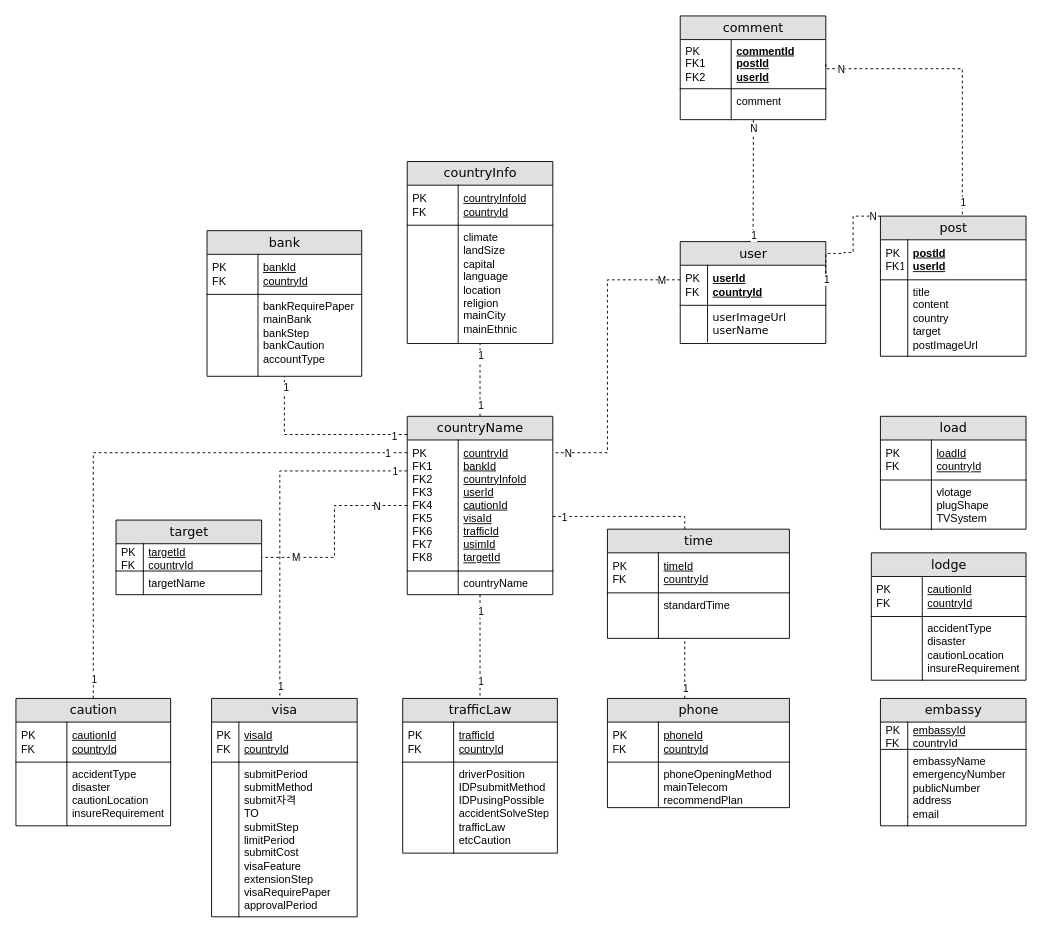
Above: ERD.drawio in qwe1234k/finalProjectERD (draw.io), before the change. Source tidied: cells renumbered, new cells numbered last; positions are measured from the earlier drawing's top-left corner, leaving out a move shared by most shapes. Both pictures are drawn from the tidied source at 91%, with x=0, y=0 at pixel (15, 15).
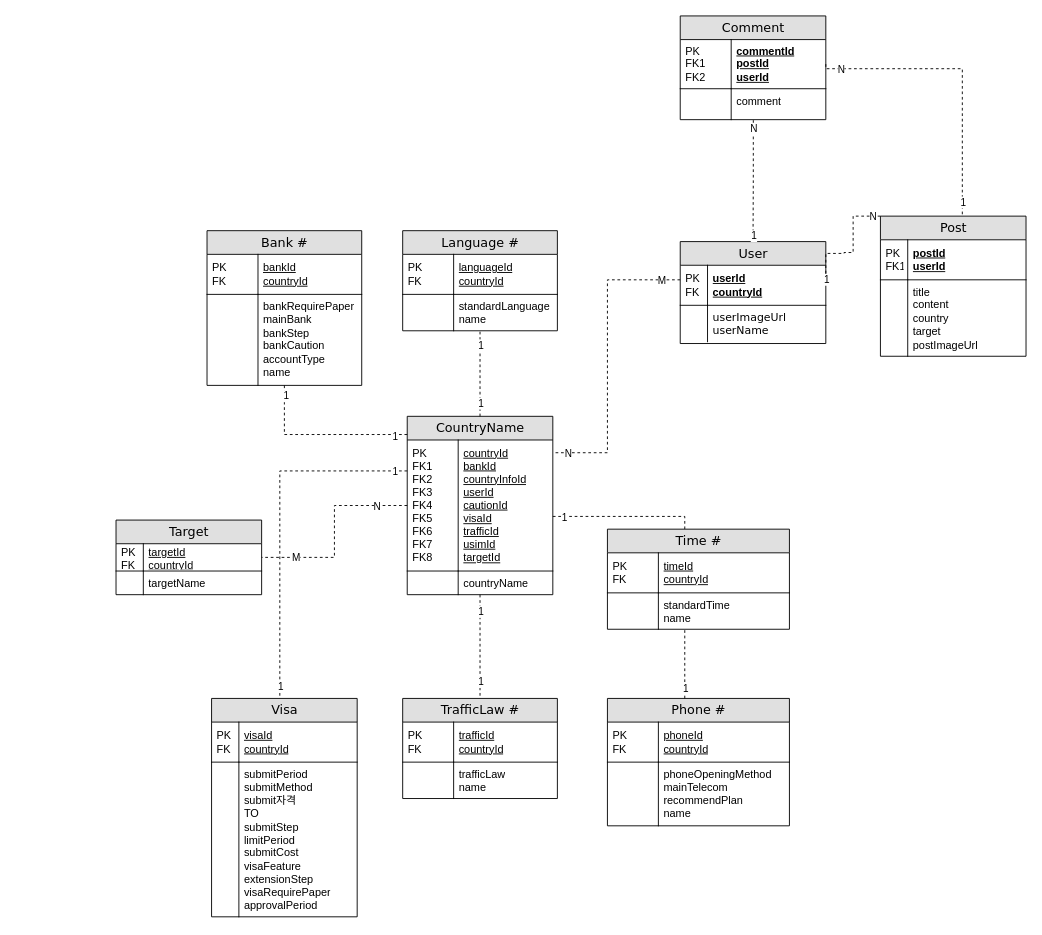
Above is the later version.

The edit, as a diff of the source:
```diff
@@
-    <mxCell id="2" value="target" style="swimlane;html=1;fontStyle=0;horizontal=1;startSize=26;fillColor=#e0e0e0;swimlaneFillColor=#ffffff;align=center;rounded=0;shadow=0;comic=0;labelBackgroundColor=none;strokeWidth=1;fontFamily=Verdana;fontSize=14;swimlaneLine=1;" parent="1" vertex="1">
+    <mxCell id="2" value="Target" style="swimlane;html=1;fontStyle=0;horizontal=1;startSize=26;fillColor=#e0e0e0;swimlaneFillColor=#ffffff;align=center;rounded=0;shadow=0;comic=0;labelBackgroundColor=none;strokeWidth=1;fontFamily=Verdana;fontSize=14;swimlaneLine=1;" parent="1" vertex="1">
       <mxGeometry x="110" y="554" width="160" height="82" as="geometry" />
     </mxCell>
@@
-    <mxCell id="7" value="post" style="swimlane;html=1;fontStyle=0;horizontal=1;startSize=26;fillColor=#e0e0e0;swimlaneFillColor=#ffffff;align=center;rounded=0;shadow=0;comic=0;labelBackgroundColor=none;strokeWidth=1;fontFamily=Verdana;fontSize=14;" parent="1" vertex="1">
+    <mxCell id="7" value="Post" style="swimlane;html=1;fontStyle=0;horizontal=1;startSize=26;fillColor=#e0e0e0;swimlaneFillColor=#ffffff;align=center;rounded=0;shadow=0;comic=0;labelBackgroundColor=none;strokeWidth=1;fontFamily=Verdana;fontSize=14;" parent="1" vertex="1">
       <mxGeometry x="950" y="220" width="160" height="154" as="geometry" />
     </mxCell>
@@
-    <mxCell id="12" value="embassy" style="swimlane;html=1;fontStyle=0;horizontal=1;startSize=26;fillColor=#e0e0e0;swimlaneFillColor=#ffffff;align=center;rounded=0;shadow=0;comic=0;labelBackgroundColor=none;strokeWidth=1;fontFamily=Verdana;fontSize=14;" parent="1" vertex="1">
-      <mxGeometry x="950" y="750" width="160" height="140" as="geometry" />
-    </mxCell>
-    <mxCell id="13" value="&lt;span style=&quot;font-weight: normal&quot;&gt;embassyId&lt;br&gt;countryId&lt;br&gt;&lt;/span&gt;" style="shape=partialRectangle;top=0;left=0;right=0;bottom=1;html=1;align=left;verticalAlign=middle;fillColor=none;spacingLeft=34;spacingRight=4;whiteSpace=wrap;overflow=hidden;fontStyle=5;" parent="12" vertex="1">
-      <mxGeometry y="26" width="160" height="30" as="geometry" />
-    </mxCell>
-    <mxCell id="14" value="PK&lt;br&gt;FK" style="shape=partialRectangle;top=0;left=0;bottom=0;html=1;fillColor=none;align=left;verticalAlign=middle;spacingLeft=4;spacingRight=4;whiteSpace=wrap;overflow=hidden;" parent="13" vertex="1">
-      <mxGeometry width="30" height="30" as="geometry" />
-    </mxCell>
-    <mxCell id="15" value="embassyName&lt;br&gt;emergencyNumber&lt;br&gt;publicNumber&lt;br&gt;address&lt;br&gt;email" style="shape=partialRectangle;top=0;left=0;right=0;bottom=0;html=1;align=left;verticalAlign=top;fillColor=none;spacingLeft=34;spacingRight=4;whiteSpace=wrap;overflow=hidden;" parent="12" vertex="1">
-      <mxGeometry y="56" width="160" height="74" as="geometry" />
-    </mxCell>
-    <mxCell id="16" style="shape=partialRectangle;top=0;left=0;bottom=0;html=1;fillColor=none;align=left;verticalAlign=top;spacingLeft=4;spacingRight=4;whiteSpace=wrap;overflow=hidden;" parent="15" vertex="1">
-      <mxGeometry width="30" height="74" as="geometry" />
-    </mxCell>
-    <mxCell id="17" style="shape=partialRectangle;top=0;left=0;right=0;bottom=0;html=1;align=left;verticalAlign=top;fillColor=none;spacingLeft=34;spacingRight=4;whiteSpace=wrap;overflow=hidden;" parent="12" vertex="1">
-      <mxGeometry y="130" width="160" height="10" as="geometry" />
-    </mxCell>
-    <mxCell id="18" style="shape=partialRectangle;top=0;left=0;bottom=0;html=1;fillColor=none;align=left;verticalAlign=top;spacingLeft=4;spacingRight=4;whiteSpace=wrap;overflow=hidden;" parent="17" vertex="1">
-      <mxGeometry width="30" height="10" as="geometry" />
-    </mxCell>
-    <mxCell id="19" value="countryInfo" style="swimlane;html=1;fontStyle=0;horizontal=1;startSize=26;fillColor=#e0e0e0;swimlaneFillColor=#ffffff;align=center;rounded=0;shadow=0;comic=0;labelBackgroundColor=none;strokeWidth=1;fontFamily=Verdana;fontSize=14;" parent="1" vertex="1">
-      <mxGeometry x="430" y="160" width="160" height="200" as="geometry" />
+    <mxCell id="19" value="Language #" style="swimlane;html=1;fontStyle=0;horizontal=1;startSize=26;fillColor=#e0e0e0;swimlaneFillColor=#ffffff;align=center;rounded=0;shadow=0;comic=0;labelBackgroundColor=none;strokeWidth=1;fontFamily=Verdana;fontSize=14;" parent="1" vertex="1">
+      <mxGeometry x="425" y="236" width="170" height="110" as="geometry" />
     </mxCell>
-    <mxCell id="20" value="countryInfoId&lt;br&gt;countryId" style="shape=partialRectangle;top=0;left=0;right=0;bottom=1;html=1;align=left;verticalAlign=middle;fillColor=none;spacingLeft=60;spacingRight=4;whiteSpace=wrap;overflow=hidden;fontStyle=4;" parent="19" vertex="1">
-      <mxGeometry y="26" width="160" height="44" as="geometry" />
+    <mxCell id="20" value="languageId&lt;br&gt;countryId" style="shape=partialRectangle;top=0;left=0;right=0;bottom=1;html=1;align=left;verticalAlign=middle;fillColor=none;spacingLeft=60;spacingRight=4;whiteSpace=wrap;overflow=hidden;fontStyle=4;" parent="19" vertex="1">
+      <mxGeometry y="26" width="170" height="44" as="geometry" />
     </mxCell>
@@
-    <mxCell id="22" value="climate&lt;br&gt;landSize&lt;br&gt;capital&lt;br&gt;language&lt;br&gt;location&lt;br&gt;religion&lt;br&gt;mainCity&lt;br&gt;mainEthnic" style="shape=partialRectangle;top=0;left=0;right=0;bottom=0;html=1;align=left;verticalAlign=top;fillColor=none;spacingLeft=60;spacingRight=4;whiteSpace=wrap;overflow=hidden;" parent="19" vertex="1">
-      <mxGeometry y="70" width="160" height="130" as="geometry" />
+    <mxCell id="22" value="standardLanguage&lt;br&gt;name" style="shape=partialRectangle;top=0;left=0;right=0;bottom=0;html=1;align=left;verticalAlign=top;fillColor=none;spacingLeft=60;spacingRight=4;whiteSpace=wrap;overflow=hidden;" parent="19" vertex="1">
+      <mxGeometry y="70" width="170" height="40" as="geometry" />
     </mxCell>
     <mxCell id="23" style="shape=partialRectangle;top=0;left=0;bottom=0;html=1;fillColor=none;align=left;verticalAlign=top;spacingLeft=4;spacingRight=4;whiteSpace=wrap;overflow=hidden;" parent="22" vertex="1">
-      <mxGeometry width="56" height="130" as="geometry" />
+      <mxGeometry width="56" height="40" as="geometry" />
     </mxCell>
-    <mxCell id="24" value="comment" style="swimlane;html=1;fontStyle=0;horizontal=1;startSize=26;fillColor=#e0e0e0;swimlaneFillColor=#ffffff;align=center;rounded=0;shadow=0;comic=0;labelBackgroundColor=none;strokeWidth=1;fontFamily=Verdana;fontSize=14;" parent="1" vertex="1">
+    <mxCell id="24" value="Comment" style="swimlane;html=1;fontStyle=0;horizontal=1;startSize=26;fillColor=#e0e0e0;swimlaneFillColor=#ffffff;align=center;rounded=0;shadow=0;comic=0;labelBackgroundColor=none;strokeWidth=1;fontFamily=Verdana;fontSize=14;" parent="1" vertex="1">
       <mxGeometry x="730" width="160" height="114" as="geometry" />
     </mxCell>
@@
-    <mxCell id="29" value="load" style="swimlane;html=1;fontStyle=0;horizontal=1;startSize=26;fillColor=#e0e0e0;swimlaneFillColor=#ffffff;align=center;rounded=0;shadow=0;comic=0;labelBackgroundColor=none;strokeWidth=1;fontFamily=Verdana;fontSize=14;" parent="1" vertex="1">
-      <mxGeometry x="950" y="440" width="160" height="124" as="geometry" />
-    </mxCell>
-    <mxCell id="30" value="&lt;span style=&quot;font-weight: 400&quot;&gt;loadId&lt;br&gt;countryId&lt;br&gt;&lt;/span&gt;" style="shape=partialRectangle;top=0;left=0;right=0;bottom=1;html=1;align=left;verticalAlign=middle;fillColor=none;spacingLeft=60;spacingRight=4;whiteSpace=wrap;overflow=hidden;fontStyle=5;" parent="29" vertex="1">
-      <mxGeometry y="26" width="160" height="44" as="geometry" />
-    </mxCell>
-    <mxCell id="31" value="&lt;span style=&quot;font-weight: normal&quot;&gt;PK&lt;br&gt;FK&lt;br&gt;&lt;/span&gt;" style="shape=partialRectangle;fontStyle=1;top=0;left=0;bottom=0;html=1;fillColor=none;align=left;verticalAlign=middle;spacingLeft=4;spacingRight=4;whiteSpace=wrap;overflow=hidden;" parent="30" vertex="1">
-      <mxGeometry width="56" height="44" as="geometry" />
-    </mxCell>
-    <mxCell id="32" value="vlotage&lt;br&gt;plugShape&lt;br&gt;TVSystem" style="shape=partialRectangle;top=0;left=0;right=0;bottom=0;html=1;align=left;verticalAlign=top;fillColor=none;spacingLeft=60;spacingRight=4;whiteSpace=wrap;overflow=hidden;" parent="29" vertex="1">
-      <mxGeometry y="70" width="160" height="54" as="geometry" />
-    </mxCell>
-    <mxCell id="33" style="shape=partialRectangle;top=0;left=0;bottom=0;html=1;fillColor=none;align=left;verticalAlign=top;spacingLeft=4;spacingRight=4;whiteSpace=wrap;overflow=hidden;" parent="32" vertex="1">
-      <mxGeometry width="56" height="54" as="geometry" />
-    </mxCell>
-    <mxCell id="34" value="user" style="swimlane;html=1;fontStyle=0;horizontal=1;startSize=26;fillColor=#e0e0e0;swimlaneFillColor=#ffffff;align=center;rounded=0;shadow=0;comic=0;labelBackgroundColor=none;strokeWidth=1;fontFamily=Verdana;fontSize=14;" parent="1" vertex="1">
+    <mxCell id="34" value="User" style="swimlane;html=1;fontStyle=0;horizontal=1;startSize=26;fillColor=#e0e0e0;swimlaneFillColor=#ffffff;align=center;rounded=0;shadow=0;comic=0;labelBackgroundColor=none;strokeWidth=1;fontFamily=Verdana;fontSize=14;" parent="1" vertex="1">
       <mxGeometry x="730" y="248" width="160" height="112" as="geometry" />
     </mxCell>
@@
-    <mxCell id="39" value="visa" style="swimlane;html=1;fontStyle=0;horizontal=1;startSize=26;fillColor=#e0e0e0;swimlaneFillColor=#ffffff;align=center;rounded=0;shadow=0;comic=0;labelBackgroundColor=none;strokeWidth=1;fontFamily=Verdana;fontSize=14;swimlaneLine=1;" parent="1" vertex="1">
+    <mxCell id="39" value="Visa" style="swimlane;html=1;fontStyle=0;horizontal=1;startSize=26;fillColor=#e0e0e0;swimlaneFillColor=#ffffff;align=center;rounded=0;shadow=0;comic=0;labelBackgroundColor=none;strokeWidth=1;fontFamily=Verdana;fontSize=14;swimlaneLine=1;" parent="1" vertex="1">
       <mxGeometry x="215" y="750" width="160" height="240" as="geometry" />
     </mxCell>
@@
-    <mxCell id="44" value="bank" style="swimlane;html=1;fontStyle=0;horizontal=1;startSize=26;fillColor=#e0e0e0;swimlaneFillColor=#ffffff;align=center;rounded=0;shadow=0;comic=0;labelBackgroundColor=none;strokeWidth=1;fontFamily=Verdana;fontSize=14;" parent="1" vertex="1">
-      <mxGeometry x="210" y="236" width="170" height="160" as="geometry" />
+    <mxCell id="44" value="Bank #" style="swimlane;html=1;fontStyle=0;horizontal=1;startSize=26;fillColor=#e0e0e0;swimlaneFillColor=#ffffff;align=center;rounded=0;shadow=0;comic=0;labelBackgroundColor=none;strokeWidth=1;fontFamily=Verdana;fontSize=14;" parent="1" vertex="1">
+      <mxGeometry x="210" y="236" width="170" height="170" as="geometry" />
     </mxCell>
@@
-    <mxCell id="47" value="bankRequirePaper&lt;br&gt;mainBank&lt;br&gt;bankStep&lt;br&gt;bankCaution&lt;br&gt;accountType" style="shape=partialRectangle;top=0;left=0;right=0;bottom=0;html=1;align=left;verticalAlign=top;fillColor=none;spacingLeft=60;spacingRight=4;whiteSpace=wrap;overflow=hidden;" parent="44" vertex="1">
-      <mxGeometry y="70" width="170" height="90" as="geometry" />
+    <mxCell id="47" value="bankRequirePaper&lt;br&gt;mainBank&lt;br&gt;bankStep&lt;br&gt;bankCaution&lt;br&gt;accountType&lt;br&gt;name" style="shape=partialRectangle;top=0;left=0;right=0;bottom=0;html=1;align=left;verticalAlign=top;fillColor=none;spacingLeft=60;spacingRight=4;whiteSpace=wrap;overflow=hidden;" parent="44" vertex="1">
+      <mxGeometry y="70" width="170" height="100" as="geometry" />
     </mxCell>
     <mxCell id="48" style="shape=partialRectangle;top=0;left=0;bottom=0;html=1;fillColor=none;align=left;verticalAlign=top;spacingLeft=4;spacingRight=4;whiteSpace=wrap;overflow=hidden;" parent="47" vertex="1">
-      <mxGeometry width="56" height="90" as="geometry" />
+      <mxGeometry width="56" height="100" as="geometry" />
     </mxCell>
-    <mxCell id="49" value="trafficLaw" style="swimlane;html=1;fontStyle=0;horizontal=1;startSize=26;fillColor=#e0e0e0;swimlaneFillColor=#ffffff;align=center;rounded=0;shadow=0;comic=0;labelBackgroundColor=none;strokeWidth=1;fontFamily=Verdana;fontSize=14;" parent="1" vertex="1">
-      <mxGeometry x="425" y="750" width="170" height="170" as="geometry" />
+    <mxCell id="49" value="TrafficLaw #" style="swimlane;html=1;fontStyle=0;horizontal=1;startSize=26;fillColor=#e0e0e0;swimlaneFillColor=#ffffff;align=center;rounded=0;shadow=0;comic=0;labelBackgroundColor=none;strokeWidth=1;fontFamily=Verdana;fontSize=14;" parent="1" vertex="1">
+      <mxGeometry x="425" y="750" width="170" height="110" as="geometry" />
     </mxCell>
@@
-    <mxCell id="52" value="driverPosition&lt;br&gt;IDPsubmitMethod&lt;br&gt;IDPusingPossible&lt;br&gt;accidentSolveStep&lt;br&gt;trafficLaw&lt;br&gt;etcCaution" style="shape=partialRectangle;top=0;left=0;right=0;bottom=0;html=1;align=left;verticalAlign=top;fillColor=none;spacingLeft=60;spacingRight=4;whiteSpace=wrap;overflow=hidden;" parent="49" vertex="1">
-      <mxGeometry y="70" width="170" height="100" as="geometry" />
+    <mxCell id="52" value="trafficLaw&lt;br&gt;name" style="shape=partialRectangle;top=0;left=0;right=0;bottom=0;html=1;align=left;verticalAlign=top;fillColor=none;spacingLeft=60;spacingRight=4;whiteSpace=wrap;overflow=hidden;" parent="49" vertex="1">
+      <mxGeometry y="70" width="170" height="40" as="geometry" />
     </mxCell>
     <mxCell id="53" style="shape=partialRectangle;top=0;left=0;bottom=0;html=1;fillColor=none;align=left;verticalAlign=top;spacingLeft=4;spacingRight=4;whiteSpace=wrap;overflow=hidden;" parent="52" vertex="1">
-      <mxGeometry width="56" height="100" as="geometry" />
+      <mxGeometry width="56" height="40" as="geometry" />
     </mxCell>
-    <mxCell id="54" value="caution" style="swimlane;html=1;fontStyle=0;horizontal=1;startSize=26;fillColor=#e0e0e0;swimlaneFillColor=#ffffff;align=center;rounded=0;shadow=0;comic=0;labelBackgroundColor=none;strokeWidth=1;fontFamily=Verdana;fontSize=14;" parent="1" vertex="1">
-      <mxGeometry y="750" width="170" height="140" as="geometry" />
-    </mxCell>
-    <mxCell id="55" value="&lt;span style=&quot;font-weight: 400&quot;&gt;cautionId&lt;br&gt;countryId&lt;br&gt;&lt;/span&gt;" style="shape=partialRectangle;top=0;left=0;right=0;bottom=1;html=1;align=left;verticalAlign=middle;fillColor=none;spacingLeft=60;spacingRight=4;whiteSpace=wrap;overflow=hidden;fontStyle=5;" parent="54" vertex="1">
-      <mxGeometry y="26" width="170" height="44" as="geometry" />
-    </mxCell>
-    <mxCell id="56" value="&lt;span style=&quot;font-weight: normal&quot;&gt;PK&lt;br&gt;FK&lt;br&gt;&lt;/span&gt;" style="shape=partialRectangle;fontStyle=1;top=0;left=0;bottom=0;html=1;fillColor=none;align=left;verticalAlign=middle;spacingLeft=4;spacingRight=4;whiteSpace=wrap;overflow=hidden;" parent="55" vertex="1">
-      <mxGeometry width="56" height="44" as="geometry" />
-    </mxCell>
-    <mxCell id="57" value="accidentType&lt;br&gt;disaster&lt;br&gt;cautionLocation&lt;br&gt;insureRequirement&lt;br&gt;" style="shape=partialRectangle;top=0;left=0;right=0;bottom=0;html=1;align=left;verticalAlign=top;fillColor=none;spacingLeft=60;spacingRight=4;whiteSpace=wrap;overflow=hidden;" parent="54" vertex="1">
-      <mxGeometry y="70" width="170" height="70" as="geometry" />
-    </mxCell>
-    <mxCell id="58" style="shape=partialRectangle;top=0;left=0;bottom=0;html=1;fillColor=none;align=left;verticalAlign=top;spacingLeft=4;spacingRight=4;whiteSpace=wrap;overflow=hidden;" parent="57" vertex="1">
-      <mxGeometry width="56" height="70" as="geometry" />
-    </mxCell>
-    <mxCell id="59" value="phone" style="swimlane;html=1;fontStyle=0;horizontal=1;startSize=26;fillColor=#e0e0e0;swimlaneFillColor=#ffffff;align=center;rounded=0;shadow=0;comic=0;labelBackgroundColor=none;strokeWidth=1;fontFamily=Verdana;fontSize=14;" parent="1" vertex="1">
-      <mxGeometry x="650" y="750" width="200" height="120" as="geometry" />
+    <mxCell id="59" value="Phone #" style="swimlane;html=1;fontStyle=0;horizontal=1;startSize=26;fillColor=#e0e0e0;swimlaneFillColor=#ffffff;align=center;rounded=0;shadow=0;comic=0;labelBackgroundColor=none;strokeWidth=1;fontFamily=Verdana;fontSize=14;" parent="1" vertex="1">
+      <mxGeometry x="650" y="750" width="200" height="140" as="geometry" />
     </mxCell>
@@
-    <mxCell id="62" value="phoneOpeningMethod&lt;br&gt;mainTelecom&lt;br&gt;recommendPlan" style="shape=partialRectangle;top=0;left=0;right=0;bottom=0;html=1;align=left;verticalAlign=top;fillColor=none;spacingLeft=60;spacingRight=4;whiteSpace=wrap;overflow=hidden;" parent="59" vertex="1">
-      <mxGeometry y="70" width="200" height="50" as="geometry" />
+    <mxCell id="62" value="phoneOpeningMethod&lt;br&gt;mainTelecom&lt;br&gt;recommendPlan&lt;br&gt;name" style="shape=partialRectangle;top=0;left=0;right=0;bottom=0;html=1;align=left;verticalAlign=top;fillColor=none;spacingLeft=60;spacingRight=4;whiteSpace=wrap;overflow=hidden;" parent="59" vertex="1">
+      <mxGeometry y="70" width="200" height="70" as="geometry" />
     </mxCell>
     <mxCell id="63" style="shape=partialRectangle;top=0;left=0;bottom=0;html=1;fillColor=none;align=left;verticalAlign=top;spacingLeft=4;spacingRight=4;whiteSpace=wrap;overflow=hidden;" parent="62" vertex="1">
-      <mxGeometry width="56" height="50" as="geometry" />
+      <mxGeometry width="56" height="70" as="geometry" />
     </mxCell>
-    <mxCell id="64" value="lodge" style="swimlane;html=1;fontStyle=0;horizontal=1;startSize=26;fillColor=#e0e0e0;swimlaneFillColor=#ffffff;align=center;rounded=0;shadow=0;comic=0;labelBackgroundColor=none;strokeWidth=1;fontFamily=Verdana;fontSize=14;" parent="1" vertex="1">
-      <mxGeometry x="940" y="590" width="170" height="140" as="geometry" />
-    </mxCell>
-    <mxCell id="65" value="&lt;span style=&quot;font-weight: 400&quot;&gt;cautionId&lt;br&gt;countryId&lt;br&gt;&lt;/span&gt;" style="shape=partialRectangle;top=0;left=0;right=0;bottom=1;html=1;align=left;verticalAlign=middle;fillColor=none;spacingLeft=60;spacingRight=4;whiteSpace=wrap;overflow=hidden;fontStyle=5;" parent="64" vertex="1">
-      <mxGeometry y="26" width="170" height="44" as="geometry" />
-    </mxCell>
-    <mxCell id="66" value="&lt;span style=&quot;font-weight: normal&quot;&gt;PK&lt;br&gt;FK&lt;br&gt;&lt;/span&gt;" style="shape=partialRectangle;fontStyle=1;top=0;left=0;bottom=0;html=1;fillColor=none;align=left;verticalAlign=middle;spacingLeft=4;spacingRight=4;whiteSpace=wrap;overflow=hidden;" parent="65" vertex="1">
-      <mxGeometry width="56" height="44" as="geometry" />
-    </mxCell>
-    <mxCell id="67" value="accidentType&lt;br&gt;disaster&lt;br&gt;cautionLocation&lt;br&gt;insureRequirement&lt;br&gt;" style="shape=partialRectangle;top=0;left=0;right=0;bottom=0;html=1;align=left;verticalAlign=top;fillColor=none;spacingLeft=60;spacingRight=4;whiteSpace=wrap;overflow=hidden;" parent="64" vertex="1">
-      <mxGeometry y="70" width="170" height="70" as="geometry" />
-    </mxCell>
-    <mxCell id="68" style="shape=partialRectangle;top=0;left=0;bottom=0;html=1;fillColor=none;align=left;verticalAlign=top;spacingLeft=4;spacingRight=4;whiteSpace=wrap;overflow=hidden;" parent="67" vertex="1">
-      <mxGeometry width="56" height="70" as="geometry" />
-    </mxCell>
-    <mxCell id="69" value="countryName" style="swimlane;html=1;fontStyle=0;horizontal=1;startSize=26;fillColor=#e0e0e0;swimlaneFillColor=#ffffff;align=center;rounded=0;shadow=0;comic=0;labelBackgroundColor=none;strokeWidth=1;fontFamily=Verdana;fontSize=14;" parent="1" vertex="1">
+    <mxCell id="69" value="CountryName" style="swimlane;html=1;fontStyle=0;horizontal=1;startSize=26;fillColor=#e0e0e0;swimlaneFillColor=#ffffff;align=center;rounded=0;shadow=0;comic=0;labelBackgroundColor=none;strokeWidth=1;fontFamily=Verdana;fontSize=14;" parent="1" vertex="1">
       <mxGeometry x="430" y="440" width="160" height="196" as="geometry" />
     </mxCell>
@@
-    <mxCell id="92" style="edgeStyle=orthogonalEdgeStyle;rounded=0;jettySize=auto;html=1;endArrow=none;endFill=0;dashed=1;" parent="1" edge="1" source="69" target="54">
-      <mxGeometry relative="1" as="geometry">
-        <Array as="points">
-          <mxPoint x="85" y="480" />
-        </Array>
-      </mxGeometry>
-    </mxCell>
-    <mxCell id="93" value="1" style="edgeLabel;html=1;align=center;verticalAlign=middle;" parent="92" vertex="1">
-      <mxGeometry x="-0.93" relative="1" as="geometry" />
-    </mxCell>
-    <mxCell id="94" value="1" style="edgeLabel;html=1;align=center;verticalAlign=middle;" parent="92" vertex="1">
-      <mxGeometry x="0.93" relative="1" as="geometry" />
-    </mxCell>
@@
-    <mxCell id="107" value="time" style="swimlane;html=1;fontStyle=0;horizontal=1;startSize=26;fillColor=#e0e0e0;swimlaneFillColor=#ffffff;align=center;rounded=0;shadow=0;comic=0;labelBackgroundColor=none;strokeWidth=1;fontFamily=Verdana;fontSize=14;" parent="1" vertex="1">
-      <mxGeometry x="650" y="564" width="200" height="120" as="geometry" />
+    <mxCell id="107" value="Time #" style="swimlane;html=1;fontStyle=0;horizontal=1;startSize=26;fillColor=#e0e0e0;swimlaneFillColor=#ffffff;align=center;rounded=0;shadow=0;comic=0;labelBackgroundColor=none;strokeWidth=1;fontFamily=Verdana;fontSize=14;" parent="1" vertex="1">
+      <mxGeometry x="650" y="564" width="200" height="110" as="geometry" />
     </mxCell>
@@
-    <mxCell id="110" value="standardTime" style="shape=partialRectangle;top=0;left=0;right=0;bottom=0;html=1;align=left;verticalAlign=top;fillColor=none;spacingLeft=60;spacingRight=4;whiteSpace=wrap;overflow=hidden;" parent="107" vertex="1">
-      <mxGeometry y="70" width="200" height="50" as="geometry" />
+    <mxCell id="110" value="standardTime&lt;br&gt;name" style="shape=partialRectangle;top=0;left=0;right=0;bottom=0;html=1;align=left;verticalAlign=top;fillColor=none;spacingLeft=60;spacingRight=4;whiteSpace=wrap;overflow=hidden;" parent="107" vertex="1">
+      <mxGeometry y="70" width="200" height="40" as="geometry" />
     </mxCell>
     <mxCell id="111" style="shape=partialRectangle;top=0;left=0;bottom=0;html=1;fillColor=none;align=left;verticalAlign=top;spacingLeft=4;spacingRight=4;whiteSpace=wrap;overflow=hidden;" parent="110" vertex="1">
-      <mxGeometry width="56" height="50" as="geometry" />
+      <mxGeometry width="56" height="40" as="geometry" />
     </mxCell>
```
